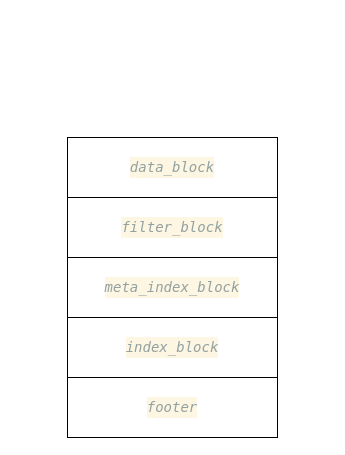
The draw.io diagram 20211103.drawio in RiverFerry/picBed, before the edit. Source tidied: cells renumbered, new cells numbered last; positions are measured from the earlier drawing's top-left corner, leaving out a move shared by most shapes. Both pictures are drawn from the tidied source at 100%, with x=0, y=0 at pixel (67, 137).
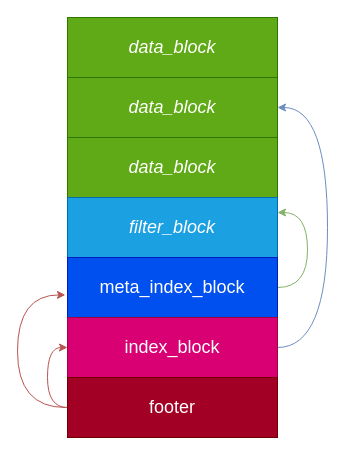
The same diagram, later.

Change to the diagram source:
```diff
@@
 <mxGraphModel>
   <root>
     <mxCell id="0" />
     <mxCell id="1" parent="0" />
-    <mxCell id="2" value="&lt;div style=&quot;background-color: rgb(253 , 246 , 227) ; font-family: &amp;#34;menlo&amp;#34; , &amp;#34;monaco&amp;#34; , &amp;#34;courier new&amp;#34; , monospace ; font-size: 14px ; line-height: 21px&quot;&gt;&lt;div style=&quot;color: rgb(51 , 51 , 51) ; font-family: &amp;#34;menlo&amp;#34; , &amp;#34;monaco&amp;#34; , &amp;#34;courier new&amp;#34; , monospace ; line-height: 21px&quot;&gt;&lt;span style=&quot;color: #93a1a1 ; font-style: italic&quot;&gt;data_block&lt;/span&gt;&lt;/div&gt;&lt;/div&gt;" style="rounded=0;whiteSpace=wrap;html=1;fillColor=default;strokeColor=default;fontColor=default;" parent="1" vertex="1">
+    <mxCell id="2" value="&lt;i style=&quot;font-size: 18px&quot;&gt;data_block&lt;/i&gt;" style="rounded=0;whiteSpace=wrap;html=1;fillColor=#60a917;strokeColor=#2D7600;fontColor=#ffffff;" parent="1" vertex="1">
       <mxGeometry width="210" height="60" as="geometry" />
     </mxCell>
-    <mxCell id="3" value="&lt;div style=&quot;background-color: rgb(253 , 246 , 227) ; font-family: &amp;#34;menlo&amp;#34; , &amp;#34;monaco&amp;#34; , &amp;#34;courier new&amp;#34; , monospace ; font-size: 14px ; line-height: 21px&quot;&gt;&lt;div style=&quot;color: rgb(51 , 51 , 51) ; font-family: &amp;#34;menlo&amp;#34; , &amp;#34;monaco&amp;#34; , &amp;#34;courier new&amp;#34; , monospace ; line-height: 21px&quot;&gt;&lt;span style=&quot;color: #93a1a1 ; font-style: italic&quot;&gt;filter_block&lt;/span&gt;&lt;/div&gt;&lt;/div&gt;" style="rounded=0;whiteSpace=wrap;html=1;fillColor=default;strokeColor=default;fontColor=default;" parent="1" vertex="1">
+    <mxCell id="3" value="&lt;font size=&quot;1&quot;&gt;&lt;i style=&quot;font-size: 18px&quot;&gt;filter_block&lt;/i&gt;&lt;/font&gt;" style="rounded=0;whiteSpace=wrap;html=1;fillColor=#1ba1e2;strokeColor=#006EAF;fontColor=#ffffff;" parent="1" vertex="1">
       <mxGeometry y="60" width="210" height="60" as="geometry" />
     </mxCell>
+    <mxCell id="7" style="edgeStyle=orthogonalEdgeStyle;rounded=0;jettySize=auto;html=1;entryX=1;entryY=0.25;entryDx=0;entryDy=0;exitX=1;exitY=0.5;exitDx=0;exitDy=0;fillColor=#d5e8d4;strokeColor=#82b366;curved=1;" parent="1" edge="1" source="4" target="3">
+      <mxGeometry relative="1" as="geometry">
+        <Array as="points">
+          <mxPoint x="240" y="150" />
+          <mxPoint x="240" y="75" />
+        </Array>
+      </mxGeometry>
+    </mxCell>
-    <mxCell id="4" value="&lt;div style=&quot;background-color: rgb(253 , 246 , 227) ; font-family: &amp;#34;menlo&amp;#34; , &amp;#34;monaco&amp;#34; , &amp;#34;courier new&amp;#34; , monospace ; font-size: 14px ; line-height: 21px&quot;&gt;&lt;div style=&quot;color: rgb(51 , 51 , 51) ; font-family: &amp;#34;menlo&amp;#34; , &amp;#34;monaco&amp;#34; , &amp;#34;courier new&amp;#34; , monospace ; line-height: 21px&quot;&gt;&lt;span style=&quot;color: #93a1a1 ; font-style: italic&quot;&gt;meta_index_block&lt;/span&gt;&lt;/div&gt;&lt;/div&gt;" style="rounded=0;whiteSpace=wrap;html=1;fillColor=default;strokeColor=default;fontColor=default;" parent="1" vertex="1">
+    <mxCell id="4" value="&lt;font style=&quot;font-size: 18px&quot;&gt;meta_index_block&lt;/font&gt;" style="rounded=0;whiteSpace=wrap;html=1;fillColor=#0050ef;strokeColor=#001DBC;fontColor=#ffffff;" parent="1" vertex="1">
       <mxGeometry y="120" width="210" height="60" as="geometry" />
     </mxCell>
+    <mxCell id="8" style="edgeStyle=orthogonalEdgeStyle;rounded=0;jettySize=auto;html=1;entryX=1;entryY=0.5;entryDx=0;entryDy=0;exitX=1;exitY=0.5;exitDx=0;exitDy=0;fillColor=#dae8fc;strokeColor=#6c8ebf;curved=1;" parent="1" edge="1" source="5" target="11">
+      <mxGeometry relative="1" as="geometry">
+        <Array as="points">
+          <mxPoint x="260" y="210" />
+          <mxPoint x="260" y="-30" />
+        </Array>
+      </mxGeometry>
+    </mxCell>
-    <mxCell id="5" value="&lt;div style=&quot;background-color: rgb(253 , 246 , 227) ; font-family: &amp;#34;menlo&amp;#34; , &amp;#34;monaco&amp;#34; , &amp;#34;courier new&amp;#34; , monospace ; font-size: 14px ; line-height: 21px&quot;&gt;&lt;div style=&quot;color: rgb(51 , 51 , 51) ; font-family: &amp;#34;menlo&amp;#34; , &amp;#34;monaco&amp;#34; , &amp;#34;courier new&amp;#34; , monospace ; line-height: 21px&quot;&gt;&lt;span style=&quot;color: #93a1a1 ; font-style: italic&quot;&gt;index_block&lt;/span&gt;&lt;/div&gt;&lt;/div&gt;" style="rounded=0;whiteSpace=wrap;html=1;fillColor=default;strokeColor=default;fontColor=default;" parent="1" vertex="1">
+    <mxCell id="5" value="&lt;font style=&quot;font-size: 18px&quot;&gt;index_block&lt;/font&gt;" style="rounded=0;whiteSpace=wrap;html=1;fillColor=#d80073;strokeColor=#A50040;fontColor=#ffffff;" parent="1" vertex="1">
       <mxGeometry y="180" width="210" height="60" as="geometry" />
     </mxCell>
+    <mxCell id="9" style="edgeStyle=orthogonalEdgeStyle;rounded=0;jettySize=auto;html=1;entryX=0;entryY=0.5;entryDx=0;entryDy=0;exitX=0;exitY=0.5;exitDx=0;exitDy=0;fillColor=#f8cecc;strokeColor=#b85450;curved=1;" parent="1" edge="1" source="6" target="5">
+      <mxGeometry relative="1" as="geometry" />
+    </mxCell>
+    <mxCell id="10" style="edgeStyle=orthogonalEdgeStyle;rounded=0;jettySize=auto;html=1;entryX=-0.01;entryY=0.623;entryDx=0;entryDy=0;entryPerimeter=0;fillColor=#f8cecc;strokeColor=#b85450;curved=1;" parent="1" edge="1" target="4">
+      <mxGeometry relative="1" as="geometry">
+        <mxPoint x="-2" y="270" as="sourcePoint" />
+        <Array as="points">
+          <mxPoint x="-50" y="270" />
+          <mxPoint x="-50" y="157" />
+        </Array>
+      </mxGeometry>
+    </mxCell>
-    <mxCell id="6" value="&lt;div style=&quot;background-color: rgb(253 , 246 , 227) ; font-family: &amp;#34;menlo&amp;#34; , &amp;#34;monaco&amp;#34; , &amp;#34;courier new&amp;#34; , monospace ; font-size: 14px ; line-height: 21px&quot;&gt;&lt;div style=&quot;color: rgb(51 , 51 , 51) ; font-family: &amp;#34;menlo&amp;#34; , &amp;#34;monaco&amp;#34; , &amp;#34;courier new&amp;#34; , monospace ; line-height: 21px&quot;&gt;&lt;span style=&quot;color: #93a1a1 ; font-style: italic&quot;&gt;footer&lt;/span&gt;&lt;/div&gt;&lt;/div&gt;" style="rounded=0;whiteSpace=wrap;html=1;fillColor=default;strokeColor=default;fontColor=default;" parent="1" vertex="1">
+    <mxCell id="6" value="&lt;font style=&quot;font-size: 18px&quot;&gt;footer&lt;/font&gt;" style="rounded=0;whiteSpace=wrap;html=1;fillColor=#a20025;strokeColor=#6F0000;fontColor=#ffffff;" parent="1" vertex="1">
       <mxGeometry y="240" width="210" height="60" as="geometry" />
     </mxCell>
+    <mxCell id="11" value="&lt;i style=&quot;font-size: 18px&quot;&gt;data_block&lt;/i&gt;" style="rounded=0;whiteSpace=wrap;html=1;fillColor=#60a917;strokeColor=#2D7600;fontColor=#ffffff;" parent="1" vertex="1">
+      <mxGeometry y="-60" width="210" height="60" as="geometry" />
+    </mxCell>
+    <mxCell id="12" value="&lt;font size=&quot;1&quot;&gt;&lt;i style=&quot;font-size: 18px&quot;&gt;data_block&lt;/i&gt;&lt;/font&gt;" style="rounded=0;whiteSpace=wrap;html=1;fillColor=#60a917;strokeColor=#2D7600;fontColor=#ffffff;" parent="1" vertex="1">
+      <mxGeometry y="-120" width="210" height="60" as="geometry" />
+    </mxCell>
   </root>
 </mxGraphModel>
```
